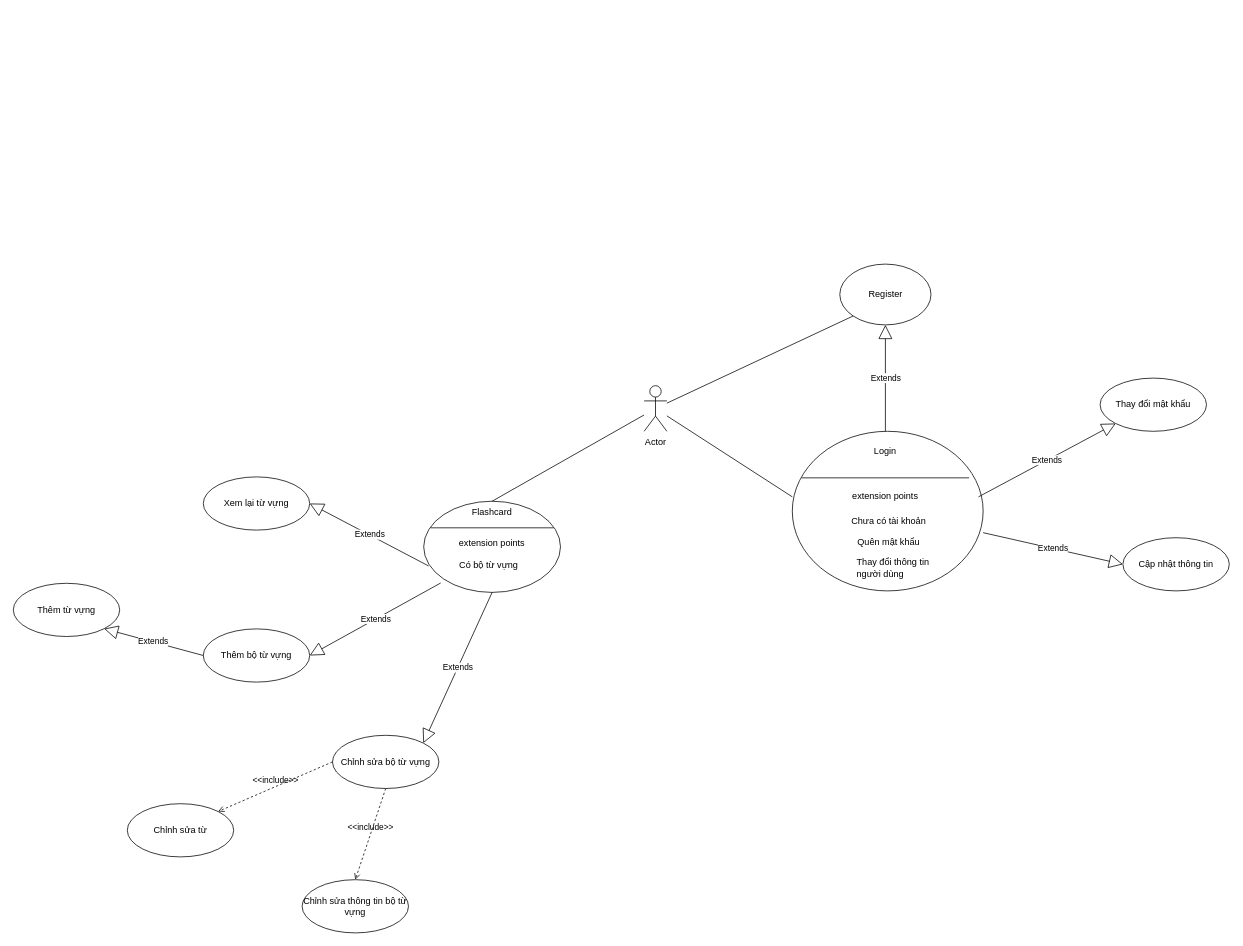
Earlier version of the draw.io diagram page "Use-Case Diagram" (1 of 11) of Project_Design/Use_case_diagram.drawio (trungviet17/Anglais). Source tidied: cells renumbered, new cells numbered last; positions are measured from the earlier drawing's top-left corner, leaving out a move shared by most shapes. Both pictures are drawn from the tidied source at 76%, with x=0, y=0 at pixel (13, 264).
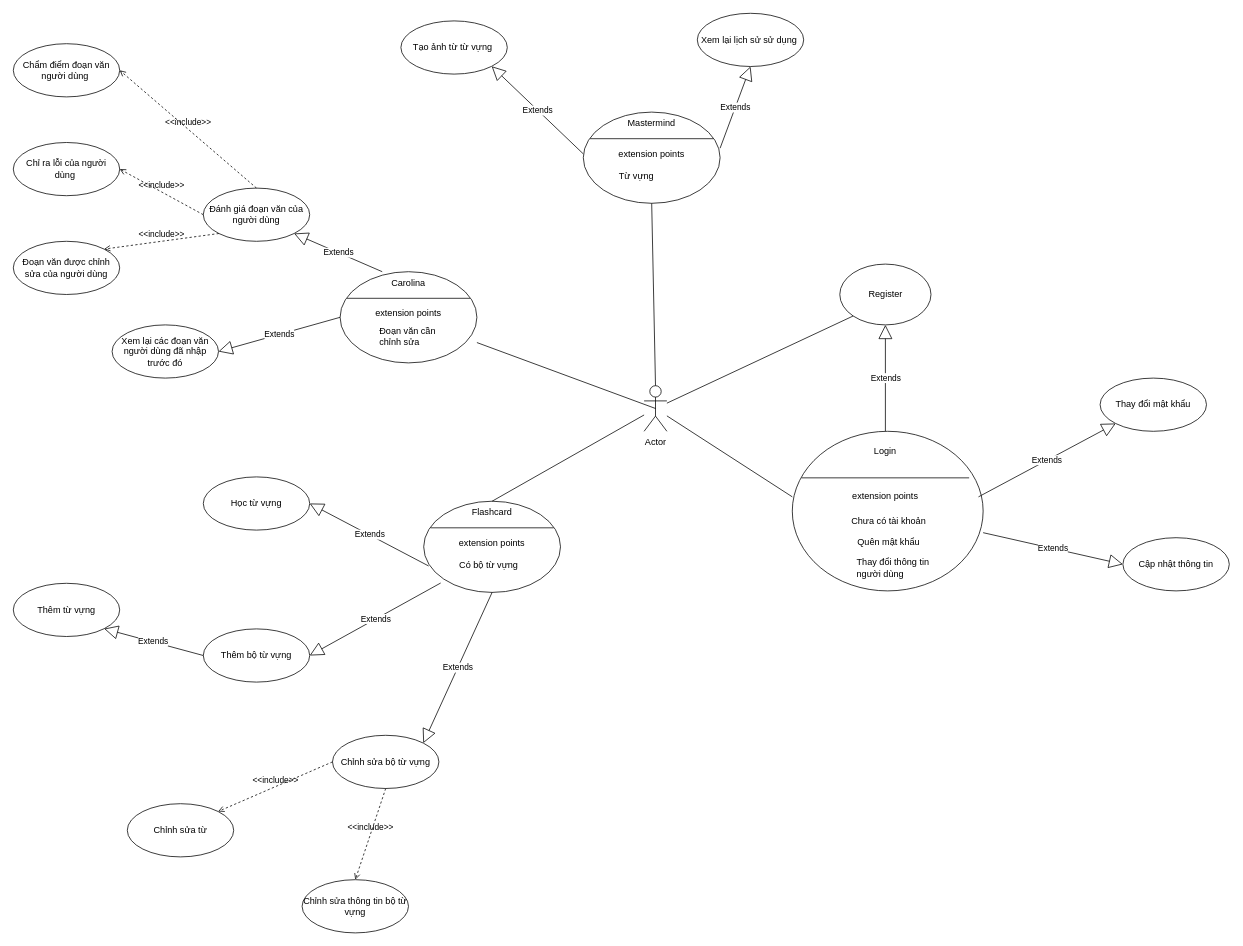
After the change.

Unchanged cells that the change refers to:
```xml
<mxCell id="2" value="Actor" style="shape=umlActor;verticalLabelPosition=bottom;verticalAlign=top;html=1;outlineConnect=0;" parent="1" vertex="1">
  <mxGeometry x="830" y="160" width="30" height="60" as="geometry" />
</mxCell>
```

Change to the diagram source:
```diff
@@
-    <mxCell id="24" value="Xem lại từ vựng" style="ellipse;whiteSpace=wrap;html=1;" parent="1" vertex="1">
+    <mxCell id="24" value="Học từ vựng" style="ellipse;whiteSpace=wrap;html=1;" parent="1" vertex="1">
       <mxGeometry x="250" y="280" width="140" height="70" as="geometry" />
     </mxCell>
@@
+    <mxCell id="36" style="shape=ellipse;horizontal=1;html=1;dashed=0;" parent="1" vertex="1">
+      <mxGeometry x="430" y="10" width="180" height="120" as="geometry" />
+    </mxCell>
+    <mxCell id="37" value="Carolina" style="html=1;strokeColor=none;fillColor=none;align=center;verticalAlign=middle;whiteSpace=wrap;" parent="36" vertex="1">
+      <mxGeometry width="180" height="30" as="geometry" />
+    </mxCell>
+    <mxCell id="38" style="line;strokeWidth=1;fillColor=none;labelPosition=right;dashed=0;" parent="36" vertex="1">
+      <mxGeometry x="9" y="30" width="162" height="10" as="geometry" />
+    </mxCell>
+    <mxCell id="39" value="extension points" style="text;html=1;align=center;verticalAlign=middle;fillColor=none;strokeColor=none;whiteSpace=wrap;" parent="36" vertex="1">
+      <mxGeometry y="40" width="180" height="30" as="geometry" />
+    </mxCell>
+    <mxCell id="40" value="Đoạn văn cần chỉnh sửa" style="text;html=1;align=left;verticalAlign=middle;spacingLeft=25;fillColor=none;strokeColor=none;whiteSpace=wrap;" parent="36" vertex="1">
+      <mxGeometry x="25" y="70" width="130" height="30" as="geometry" />
+    </mxCell>
+    <mxCell id="41" style="endArrow=none;html=1;rounded=0;exitX=0.5;exitY=0.5;exitDx=0;exitDy=0;exitPerimeter=0;" parent="1" edge="1" source="2" target="36">
+      <mxGeometry relative="1" as="geometry" />
+    </mxCell>
+    <mxCell id="42" value="Đánh giá đoạn văn của người dùng" style="ellipse;whiteSpace=wrap;html=1;" parent="1" vertex="1">
+      <mxGeometry x="250" y="-100" width="140" height="70" as="geometry" />
+    </mxCell>
+    <mxCell id="43" value="Chẩm điểm đoạn văn người dùng&amp;nbsp;" style="ellipse;whiteSpace=wrap;html=1;" parent="1" vertex="1">
+      <mxGeometry y="-290" width="140" height="70" as="geometry" />
+    </mxCell>
+    <mxCell id="44" value="Chỉ ra lỗi của người dùng&amp;nbsp;" style="ellipse;whiteSpace=wrap;html=1;" parent="1" vertex="1">
+      <mxGeometry y="-160" width="140" height="70" as="geometry" />
+    </mxCell>
+    <mxCell id="45" value="Đoạn văn được chỉnh sửa của người dùng" style="ellipse;whiteSpace=wrap;html=1;" parent="1" vertex="1">
+      <mxGeometry y="-30" width="140" height="70" as="geometry" />
+    </mxCell>
+    <mxCell id="46" value="Extends" style="endArrow=block;endSize=16;endFill=0;html=1;rounded=0;entryX=1;entryY=1;entryDx=0;entryDy=0;" parent="1" edge="1" source="37" target="42">
+      <mxGeometry relative="1" as="geometry" />
+    </mxCell>
+    <mxCell id="47" value="&amp;lt;&amp;lt;include&amp;gt;&amp;gt;" style="html=1;verticalAlign=bottom;labelBackgroundColor=none;endArrow=open;endFill=0;dashed=1;rounded=0;exitX=0.5;exitY=0;exitDx=0;exitDy=0;entryX=1;entryY=0.5;entryDx=0;entryDy=0;" parent="1" edge="1" source="42" target="43">
+      <mxGeometry relative="1" as="geometry" />
+    </mxCell>
+    <mxCell id="48" value="&amp;lt;&amp;lt;include&amp;gt;&amp;gt;" style="html=1;verticalAlign=bottom;labelBackgroundColor=none;endArrow=open;endFill=0;dashed=1;rounded=0;exitX=0;exitY=0.5;exitDx=0;exitDy=0;entryX=1;entryY=0.5;entryDx=0;entryDy=0;" parent="1" edge="1" source="42" target="44">
+      <mxGeometry relative="1" as="geometry" />
+    </mxCell>
+    <mxCell id="49" value="&amp;lt;&amp;lt;include&amp;gt;&amp;gt;" style="html=1;verticalAlign=bottom;labelBackgroundColor=none;endArrow=open;endFill=0;dashed=1;rounded=0;exitX=0;exitY=1;exitDx=0;exitDy=0;entryX=1;entryY=0;entryDx=0;entryDy=0;" parent="1" edge="1" source="42" target="45">
+      <mxGeometry relative="1" as="geometry" />
+    </mxCell>
+    <mxCell id="50" value="Xem lại các đoạn văn người dùng đã nhập trước đó" style="ellipse;whiteSpace=wrap;html=1;" parent="1" vertex="1">
+      <mxGeometry x="130" y="80" width="140" height="70" as="geometry" />
+    </mxCell>
+    <mxCell id="51" value="Extends" style="endArrow=block;endSize=16;endFill=0;html=1;rounded=0;entryX=1;entryY=0.5;entryDx=0;entryDy=0;exitX=0;exitY=0.5;exitDx=0;exitDy=0;" parent="1" edge="1" source="36" target="50">
+      <mxGeometry relative="1" as="geometry" />
+    </mxCell>
+    <mxCell id="52" style="shape=ellipse;horizontal=1;html=1;dashed=0;" parent="1" vertex="1">
+      <mxGeometry x="750" y="-200" width="180" height="120" as="geometry" />
+    </mxCell>
+    <mxCell id="53" value="Mastermind" style="html=1;strokeColor=none;fillColor=none;align=center;verticalAlign=middle;whiteSpace=wrap;" parent="52" vertex="1">
+      <mxGeometry width="180" height="30" as="geometry" />
+    </mxCell>
+    <mxCell id="54" style="line;strokeWidth=1;fillColor=none;labelPosition=right;dashed=0;" parent="52" vertex="1">
+      <mxGeometry x="9" y="30" width="162" height="10" as="geometry" />
+    </mxCell>
+    <mxCell id="55" value="extension points" style="text;html=1;align=center;verticalAlign=middle;fillColor=none;strokeColor=none;whiteSpace=wrap;" parent="52" vertex="1">
+      <mxGeometry y="40" width="180" height="30" as="geometry" />
+    </mxCell>
+    <mxCell id="56" value="Từ vựng&amp;nbsp;" style="text;html=1;align=left;verticalAlign=middle;spacingLeft=25;fillColor=none;strokeColor=none;whiteSpace=wrap;" parent="52" vertex="1">
+      <mxGeometry x="20" y="70" width="130" height="30" as="geometry" />
+    </mxCell>
+    <mxCell id="57" style="endArrow=none;html=1;rounded=0;entryX=0.5;entryY=1;entryDx=0;entryDy=0;exitX=0.5;exitY=0;exitDx=0;exitDy=0;exitPerimeter=0;" parent="1" edge="1" source="2" target="52">
+      <mxGeometry relative="1" as="geometry" />
+    </mxCell>
+    <mxCell id="58" value="Extends" style="endArrow=block;endSize=16;endFill=0;html=1;rounded=0;entryX=1;entryY=1;entryDx=0;entryDy=0;exitX=0;exitY=0.5;exitDx=0;exitDy=0;" parent="1" edge="1" source="55" target="59">
+      <mxGeometry relative="1" as="geometry" />
+    </mxCell>
+    <mxCell id="59" value="Tạo ảnh từ từ vựng&amp;nbsp;" style="ellipse;whiteSpace=wrap;html=1;" parent="1" vertex="1">
+      <mxGeometry x="510" y="-320" width="140" height="70" as="geometry" />
+    </mxCell>
+    <mxCell id="60" value="Xem lại lịch sử sử dụng&amp;nbsp;" style="ellipse;whiteSpace=wrap;html=1;" parent="1" vertex="1">
+      <mxGeometry x="900" y="-330" width="140" height="70" as="geometry" />
+    </mxCell>
+    <mxCell id="61" value="Extends" style="endArrow=block;endSize=16;endFill=0;html=1;rounded=0;entryX=0.5;entryY=1;entryDx=0;entryDy=0;exitX=1;exitY=0.25;exitDx=0;exitDy=0;" parent="1" edge="1" source="55" target="60">
+      <mxGeometry relative="1" as="geometry" />
+    </mxCell>
```
